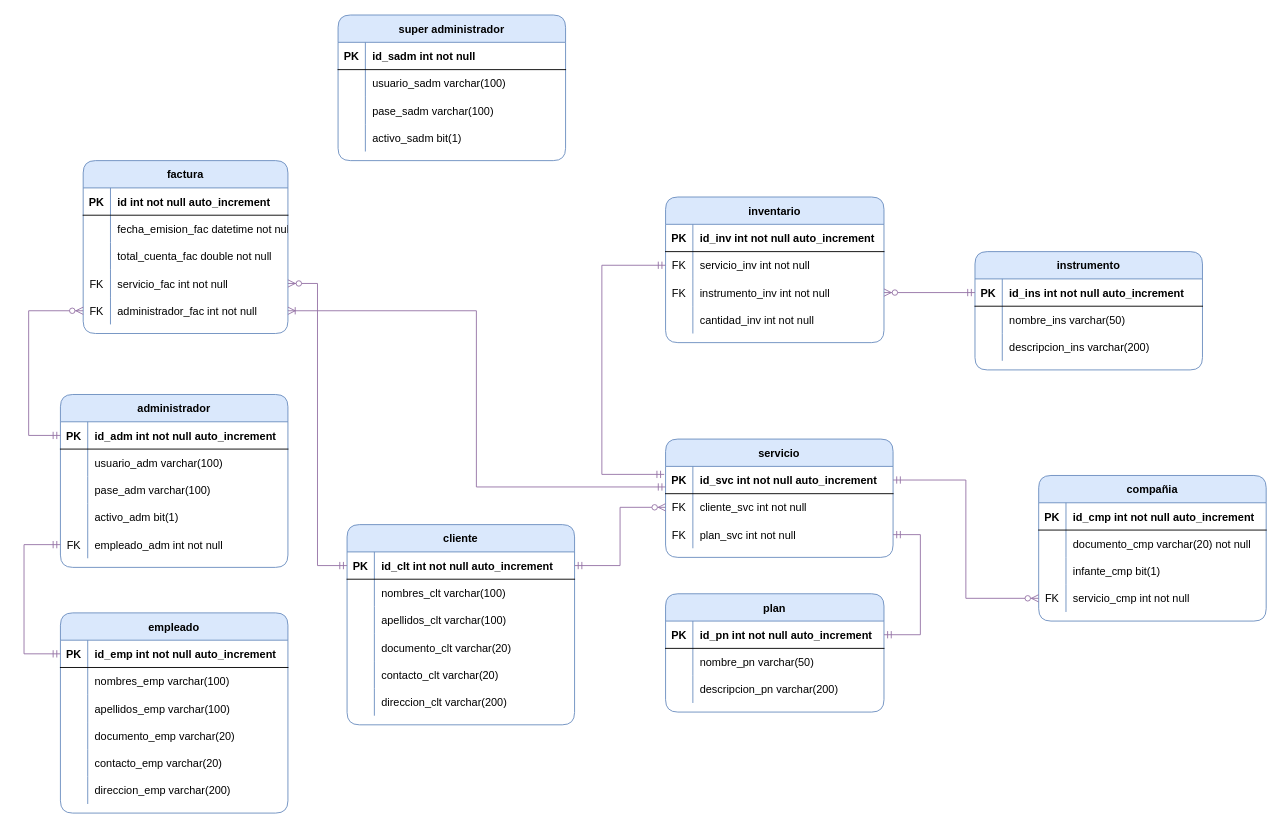
This is page "model_main" (1 of 2) of diagrams/database-model-diagram.drawio from wilfrad/App-Agencia_Tubing-, a draw.io file, before an edit. Source tidied: cells renumbered, new cells numbered last; positions are measured from the earlier drawing's top-left corner, leaving out a move shared by most shapes. Both pictures are drawn from the tidied source at 91%, with x=0, y=0 at pixel (24, 15).
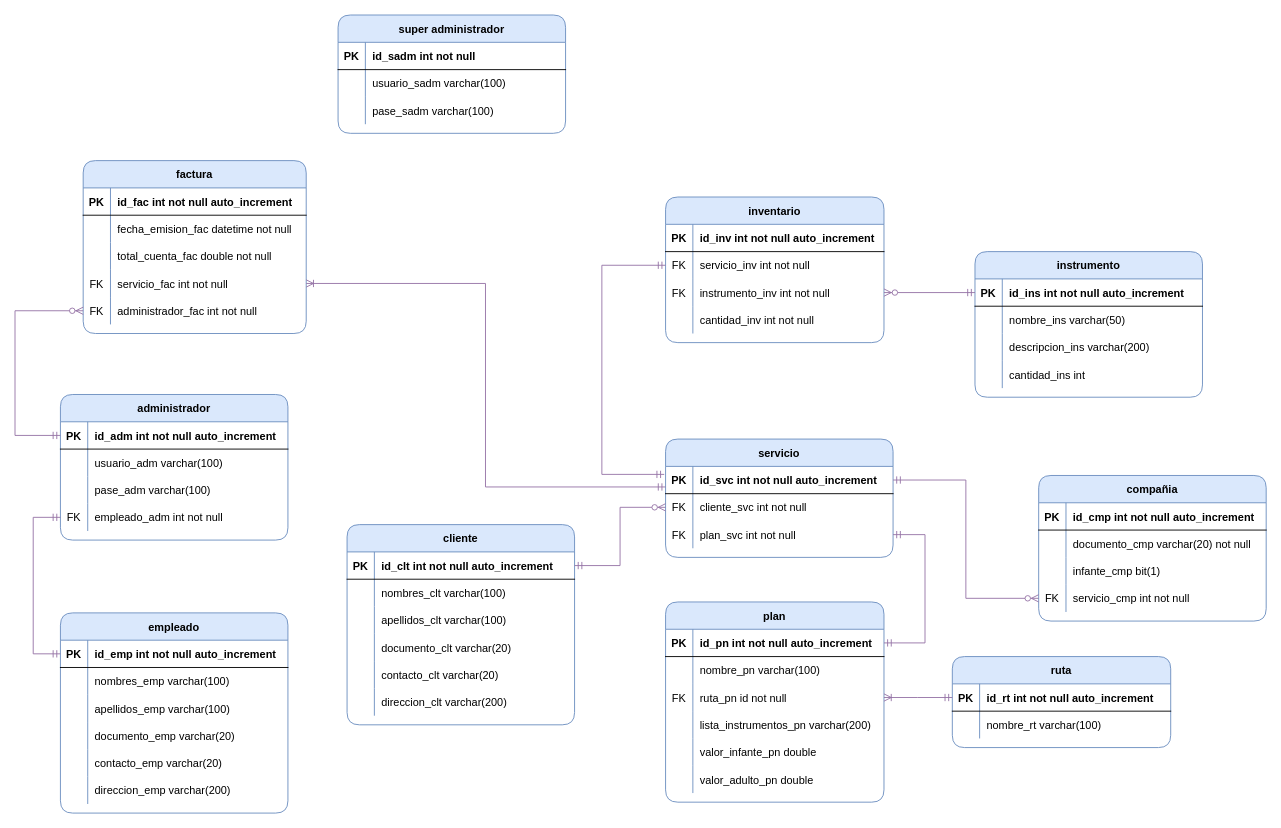
Above is the later version.

The change refers to these unchanged cells:
```xml
<mxCell id="3" style="shape=tableRow;horizontal=0;startSize=0;swimlaneHead=0;swimlaneBody=0;fillColor=none;points=[[0,0.5],[1,0.5]];portConstraint=eastwest;top=0;left=0;right=0;bottom=1;rounded=0;" parent="2" vertex="1">
  <mxGeometry y="30" width="250" height="30" as="geometry" />
</mxCell>
<mxCell id="22" style="shape=tableRow;horizontal=0;startSize=0;swimlaneHead=0;swimlaneBody=0;fillColor=none;points=[[0,0.5],[1,0.5]];portConstraint=eastwest;top=0;left=0;right=0;bottom=1;rounded=0;" parent="21" vertex="1">
  <mxGeometry y="30" width="250" height="30" as="geometry" />
</mxCell>
<mxCell id="41" style="shape=tableRow;horizontal=0;startSize=0;swimlaneHead=0;swimlaneBody=0;fillColor=none;points=[[0,0.5],[1,0.5]];portConstraint=eastwest;top=0;left=0;right=0;bottom=1;rounded=0;" parent="40" vertex="1">
  <mxGeometry y="30" width="250" height="30" as="geometry" />
</mxCell>
<mxCell id="58" style="shape=tableRow;horizontal=0;startSize=0;swimlaneHead=0;swimlaneBody=0;fillColor=none;points=[[0,0.5],[1,0.5]];portConstraint=eastwest;top=0;left=0;right=0;bottom=1;rounded=0;" parent="57" vertex="1">
  <mxGeometry y="30" width="250" height="30" as="geometry" />
</mxCell>
<mxCell id="64" style="shape=tableRow;horizontal=0;startSize=0;swimlaneHead=0;swimlaneBody=0;fillColor=none;points=[[0,0.5],[1,0.5]];portConstraint=eastwest;top=0;left=0;right=0;bottom=0;rounded=0;" parent="57" vertex="1">
  <mxGeometry y="90" width="250" height="30" as="geometry" />
</mxCell>
<mxCell id="69" style="shape=tableRow;horizontal=0;startSize=0;swimlaneHead=0;swimlaneBody=0;fillColor=none;points=[[0,0.5],[1,0.5]];portConstraint=eastwest;top=0;left=0;right=0;bottom=1;rounded=0;" parent="68" vertex="1">
  <mxGeometry y="30" width="240" height="30" as="geometry" />
</mxCell>
<mxCell id="72" style="shape=tableRow;horizontal=0;startSize=0;swimlaneHead=0;swimlaneBody=0;fillColor=none;top=0;left=0;right=0;bottom=0;rounded=0;" parent="68" vertex="1">
  <mxGeometry y="60" width="240" height="30" as="geometry" />
</mxCell>
```

What changed in the source:
```diff
@@
     <mxCell id="40" value="administrador" style="shape=table;startSize=30;childLayout=tableLayout;rowLines=0;fontStyle=1;align=center;rounded=1;fillColor=#dae8fc;strokeColor=#6c8ebf;" parent="1" vertex="1">
-      <mxGeometry x="39.9" y="417" width="250" height="190" as="geometry" />
+      <mxGeometry x="39.9" y="417" width="250" height="160" as="geometry" />
     </mxCell>
@@
-    <mxCell id="50" style="shape=tableRow;horizontal=0;startSize=0;swimlaneHead=0;swimlaneBody=0;fillColor=none;top=0;left=0;right=0;bottom=0;rounded=0;" parent="40" vertex="1">
-      <mxGeometry y="120" width="250" height="30" as="geometry" />
-    </mxCell>
-    <mxCell id="51" style="shape=partialRectangle;fillColor=none;top=0;left=0;bottom=0;right=0;overflow=hidden;rounded=0;" parent="50" vertex="1">
-      <mxGeometry width="30" height="30" as="geometry" />
-    </mxCell>
-    <mxCell id="52" value="activo_adm bit(1)" style="shape=partialRectangle;fillColor=none;top=0;left=0;bottom=0;right=0;align=left;spacingLeft=6;overflow=hidden;rounded=0;" parent="50" vertex="1">
-      <mxGeometry x="30" width="220" height="30" as="geometry" />
-    </mxCell>
     <mxCell id="53" style="shape=tableRow;horizontal=0;startSize=0;swimlaneHead=0;swimlaneBody=0;fillColor=none;points=[[0,0.5],[1,0.5]];portConstraint=eastwest;top=0;left=0;right=0;bottom=0;rounded=0;" parent="40" vertex="1">
-      <mxGeometry y="150" width="250" height="30" as="geometry" />
+      <mxGeometry y="120" width="250" height="30" as="geometry" />
     </mxCell>
@@
     <mxCell id="56" style="edgeStyle=orthogonalEdgeStyle;fontSize=12;html=1;endArrow=ERmandOne;startArrow=ERmandOne;rounded=0;entryX=0;entryY=0.5;entryDx=0;entryDy=0;exitX=0;exitY=0.5;exitDx=0;exitDy=0;fillColor=#e1d5e7;strokeColor=#9673a6;" parent="1" edge="1" source="22" target="53">
       <mxGeometry relative="1" as="geometry">
         <Array as="points">
-          <mxPoint x="-0.1" y="702" />
-          <mxPoint x="-0.1" y="582" />
+          <mxPoint x="10" y="702" />
+          <mxPoint x="10" y="552" />
         </Array>
       </mxGeometry>
     </mxCell>
@@
     <mxCell id="68" value="plan" style="shape=table;startSize=30;childLayout=tableLayout;rowLines=0;fontStyle=1;align=center;rounded=1;fillColor=#dae8fc;strokeColor=#6c8ebf;" parent="1" vertex="1">
-      <mxGeometry x="704.9" y="636" width="240" height="130" as="geometry" />
+      <mxGeometry x="704.9" y="645" width="240" height="220" as="geometry" />
     </mxCell>
@@
-    <mxCell id="74" value="nombre_pn varchar(50)" style="shape=partialRectangle;fillColor=none;top=0;left=0;bottom=0;right=0;align=left;spacingLeft=6;overflow=hidden;rounded=0;" parent="72" vertex="1">
+    <mxCell id="74" value="nombre_pn varchar(100)" style="shape=partialRectangle;fillColor=none;top=0;left=0;bottom=0;right=0;align=left;spacingLeft=6;overflow=hidden;rounded=0;" parent="72" vertex="1">
       <mxGeometry x="30" width="210" height="30" as="geometry" />
     </mxCell>
+    <mxCell id="150" style="shape=tableRow;horizontal=0;startSize=0;swimlaneHead=0;swimlaneBody=0;fillColor=none;points=[[0,0.5],[1,0.5]];portConstraint=eastwest;top=0;left=0;right=0;bottom=0;rounded=0;" parent="68" vertex="1">
+      <mxGeometry y="90" width="240" height="30" as="geometry" />
+    </mxCell>
+    <mxCell id="151" value="FK" style="shape=partialRectangle;fillColor=none;top=0;left=0;bottom=0;right=0;overflow=hidden;rounded=0;" parent="150" vertex="1">
+      <mxGeometry width="30" height="30" as="geometry" />
+    </mxCell>
+    <mxCell id="152" value="ruta_pn id not null" style="shape=partialRectangle;fillColor=none;top=0;left=0;bottom=0;right=0;align=left;spacingLeft=6;overflow=hidden;rounded=0;" parent="150" vertex="1">
+      <mxGeometry x="30" width="210" height="30" as="geometry" />
+    </mxCell>
     <mxCell id="75" style="shape=tableRow;horizontal=0;startSize=0;swimlaneHead=0;swimlaneBody=0;fillColor=none;top=0;left=0;right=0;bottom=0;rounded=0;" parent="68" vertex="1">
-      <mxGeometry y="90" width="240" height="30" as="geometry" />
+      <mxGeometry y="120" width="240" height="30" as="geometry" />
     </mxCell>
@@
-    <mxCell id="77" value="descripcion_pn varchar(200)" style="shape=partialRectangle;fillColor=none;top=0;left=0;bottom=0;right=0;align=left;spacingLeft=6;overflow=hidden;rounded=0;" parent="75" vertex="1">
+    <mxCell id="77" value="lista_instrumentos_pn varchar(200)" style="shape=partialRectangle;fillColor=none;top=0;left=0;bottom=0;right=0;align=left;spacingLeft=6;overflow=hidden;rounded=0;" parent="75" vertex="1">
       <mxGeometry x="30" width="210" height="30" as="geometry" />
     </mxCell>
+    <mxCell id="153" style="shape=tableRow;horizontal=0;startSize=0;swimlaneHead=0;swimlaneBody=0;fillColor=none;top=0;left=0;right=0;bottom=0;rounded=0;" parent="68" vertex="1">
+      <mxGeometry y="150" width="240" height="30" as="geometry" />
+    </mxCell>
+    <mxCell id="154" style="shape=partialRectangle;fillColor=none;top=0;left=0;bottom=0;right=0;overflow=hidden;rounded=0;" parent="153" vertex="1">
+      <mxGeometry width="30" height="30" as="geometry" />
+    </mxCell>
+    <mxCell id="155" value="valor_infante_pn double" style="shape=partialRectangle;fillColor=none;top=0;left=0;bottom=0;right=0;align=left;spacingLeft=6;overflow=hidden;rounded=0;" parent="153" vertex="1">
+      <mxGeometry x="30" width="210" height="30" as="geometry" />
+    </mxCell>
+    <mxCell id="156" style="shape=tableRow;horizontal=0;startSize=0;swimlaneHead=0;swimlaneBody=0;fillColor=none;top=0;left=0;right=0;bottom=0;rounded=0;" parent="68" vertex="1">
+      <mxGeometry y="180" width="240" height="30" as="geometry" />
+    </mxCell>
+    <mxCell id="157" style="shape=partialRectangle;fillColor=none;top=0;left=0;bottom=0;right=0;overflow=hidden;rounded=0;" parent="156" vertex="1">
+      <mxGeometry width="30" height="30" as="geometry" />
+    </mxCell>
+    <mxCell id="158" value="valor_adulto_pn double" style="shape=partialRectangle;fillColor=none;top=0;left=0;bottom=0;right=0;align=left;spacingLeft=6;overflow=hidden;rounded=0;" parent="156" vertex="1">
+      <mxGeometry x="30" width="210" height="30" as="geometry" />
+    </mxCell>
     <mxCell id="78" style="fontSize=12;html=1;endArrow=ERmandOne;startArrow=ERmandOne;entryX=1;entryY=0.5;entryDx=0;entryDy=0;exitX=1;exitY=0.5;exitDx=0;exitDy=0;edgeStyle=orthogonalEdgeStyle;rounded=0;fillColor=#e1d5e7;strokeColor=#9673a6;" parent="1" edge="1" source="69" target="64">
       <mxGeometry relative="1" as="geometry">
         <Array as="points">
-          <mxPoint x="984.9" y="681" />
-          <mxPoint x="984.9" y="571" />
+          <mxPoint x="990" y="690" />
+          <mxPoint x="990" y="571" />
         </Array>
       </mxGeometry>
     </mxCell>
@@
     <mxCell id="106" value="instrumento" style="shape=table;startSize=30;childLayout=tableLayout;rowLines=0;fontStyle=1;align=center;rounded=1;fillColor=#dae8fc;strokeColor=#6c8ebf;" parent="1" vertex="1">
-      <mxGeometry x="1044.9" y="260" width="250" height="130" as="geometry" />
+      <mxGeometry x="1044.9" y="260" width="250" height="160" as="geometry" />
     </mxCell>
@@
+    <mxCell id="159" style="shape=tableRow;horizontal=0;startSize=0;swimlaneHead=0;swimlaneBody=0;fillColor=none;top=0;left=0;right=0;bottom=0;rounded=0;" parent="106" vertex="1">
+      <mxGeometry y="120" width="250" height="30" as="geometry" />
+    </mxCell>
+    <mxCell id="160" style="shape=partialRectangle;fillColor=none;top=0;left=0;bottom=0;right=0;overflow=hidden;rounded=0;" parent="159" vertex="1">
+      <mxGeometry width="30" height="30" as="geometry" />
+    </mxCell>
+    <mxCell id="161" value="cantidad_ins int" style="shape=partialRectangle;fillColor=none;top=0;left=0;bottom=0;right=0;align=left;spacingLeft=6;overflow=hidden;rounded=0;" parent="159" vertex="1">
+      <mxGeometry x="30" width="220" height="30" as="geometry" />
+    </mxCell>
@@
     <mxCell id="118" value="factura" style="shape=table;startSize=30;childLayout=tableLayout;rowLines=0;fontStyle=1;align=center;rounded=1;fillColor=#dae8fc;strokeColor=#6c8ebf;" parent="1" vertex="1">
-      <mxGeometry x="64.9" y="160" width="225" height="190" as="geometry" />
+      <mxGeometry x="64.9" y="160" width="245.1" height="190" as="geometry" />
     </mxCell>
     <mxCell id="119" style="shape=tableRow;horizontal=0;startSize=0;swimlaneHead=0;swimlaneBody=0;fillColor=none;top=0;left=0;right=0;bottom=1;rounded=0;" parent="118" vertex="1">
-      <mxGeometry y="30" width="225" height="30" as="geometry" />
+      <mxGeometry y="30" width="245.1" height="30" as="geometry" />
     </mxCell>
@@
-    <mxCell id="121" value="id int not null auto_increment" style="shape=partialRectangle;fillColor=none;top=0;left=0;bottom=0;right=0;align=left;spacingLeft=6;fontStyle=1;overflow=hidden;rounded=0;" parent="119" vertex="1">
-      <mxGeometry x="30" width="195" height="30" as="geometry" />
+    <mxCell id="121" value="id_fac int not null auto_increment" style="shape=partialRectangle;fillColor=none;top=0;left=0;bottom=0;right=0;align=left;spacingLeft=6;fontStyle=1;overflow=hidden;rounded=0;" parent="119" vertex="1">
+      <mxGeometry x="30" width="215.1" height="30" as="geometry" />
     </mxCell>
     <mxCell id="122" style="shape=tableRow;horizontal=0;startSize=0;swimlaneHead=0;swimlaneBody=0;fillColor=none;top=0;left=0;right=0;bottom=0;rounded=0;" parent="118" vertex="1">
-      <mxGeometry y="60" width="225" height="30" as="geometry" />
+      <mxGeometry y="60" width="245.1" height="30" as="geometry" />
     </mxCell>
@@
     <mxCell id="124" value="fecha_emision_fac datetime not null" style="shape=partialRectangle;fillColor=none;top=0;left=0;bottom=0;right=0;align=left;spacingLeft=6;overflow=hidden;rounded=0;" parent="122" vertex="1">
-      <mxGeometry x="30" width="195" height="30" as="geometry" />
+      <mxGeometry x="30" width="215.1" height="30" as="geometry" />
     </mxCell>
     <mxCell id="125" style="shape=tableRow;horizontal=0;startSize=0;swimlaneHead=0;swimlaneBody=0;fillColor=none;top=0;left=0;right=0;bottom=0;rounded=0;" parent="118" vertex="1">
-      <mxGeometry y="90" width="225" height="30" as="geometry" />
+      <mxGeometry y="90" width="245.1" height="30" as="geometry" />
     </mxCell>
@@
     <mxCell id="127" value="total_cuenta_fac double not null" style="shape=partialRectangle;fillColor=none;top=0;left=0;bottom=0;right=0;align=left;spacingLeft=6;overflow=hidden;rounded=0;" parent="125" vertex="1">
-      <mxGeometry x="30" width="195" height="30" as="geometry" />
+      <mxGeometry x="30" width="215.1" height="30" as="geometry" />
     </mxCell>
     <mxCell id="128" style="shape=tableRow;horizontal=0;startSize=0;swimlaneHead=0;swimlaneBody=0;fillColor=none;points=[[0,0.5],[1,0.5]];portConstraint=eastwest;top=0;left=0;right=0;bottom=0;rounded=0;" parent="118" vertex="1">
-      <mxGeometry y="120" width="225" height="30" as="geometry" />
+      <mxGeometry y="120" width="245.1" height="30" as="geometry" />
     </mxCell>
@@
     <mxCell id="130" value="servicio_fac int not null" style="shape=partialRectangle;fillColor=none;top=0;left=0;bottom=0;right=0;align=left;spacingLeft=6;overflow=hidden;rounded=0;" parent="128" vertex="1">
-      <mxGeometry x="30" width="195" height="30" as="geometry" />
+      <mxGeometry x="30" width="215.1" height="30" as="geometry" />
     </mxCell>
     <mxCell id="131" style="shape=tableRow;horizontal=0;startSize=0;swimlaneHead=0;swimlaneBody=0;fillColor=none;points=[[0,0.5],[1,0.5]];portConstraint=eastwest;top=0;left=0;right=0;bottom=0;rounded=0;" parent="118" vertex="1">
-      <mxGeometry y="150" width="225" height="30" as="geometry" />
+      <mxGeometry y="150" width="245.1" height="30" as="geometry" />
     </mxCell>
@@
     <mxCell id="133" value="administrador_fac int not null" style="shape=partialRectangle;fillColor=none;top=0;left=0;bottom=0;right=0;align=left;spacingLeft=6;overflow=hidden;rounded=0;" parent="131" vertex="1">
-      <mxGeometry x="30" width="195" height="30" as="geometry" />
+      <mxGeometry x="30" width="215.1" height="30" as="geometry" />
     </mxCell>
-    <mxCell id="134" style="edgeStyle=elbowEdgeStyle;fontSize=12;html=1;endArrow=ERoneToMany;startArrow=ERmandOne;rounded=0;exitX=0;exitY=0.754;exitDx=0;exitDy=0;entryX=1;entryY=0.5;entryDx=0;entryDy=0;exitPerimeter=0;fillColor=#e1d5e7;strokeColor=#9673a6;" parent="1" edge="1" source="58" target="131">
+    <mxCell id="134" style="edgeStyle=elbowEdgeStyle;fontSize=12;html=1;endArrow=ERoneToMany;startArrow=ERmandOne;rounded=0;exitX=0;exitY=0.754;exitDx=0;exitDy=0;entryX=1;entryY=0.5;entryDx=0;entryDy=0;exitPerimeter=0;fillColor=#e1d5e7;strokeColor=#9673a6;" parent="1" edge="1" source="58" target="128">
       <mxGeometry relative="1" as="geometry" />
     </mxCell>
-    <mxCell id="135" style="edgeStyle=orthogonalEdgeStyle;fontSize=12;html=1;endArrow=ERzeroToMany;startArrow=ERmandOne;rounded=0;entryX=1;entryY=0.5;entryDx=0;entryDy=0;exitX=0;exitY=0.5;exitDx=0;exitDy=0;fillColor=#e1d5e7;strokeColor=#9673a6;" parent="1" edge="1" source="3" target="128">
-      <mxGeometry relative="1" as="geometry" />
-    </mxCell>
     <mxCell id="136" style="edgeStyle=orthogonalEdgeStyle;fontSize=12;html=1;endArrow=ERzeroToMany;startArrow=ERmandOne;rounded=0;entryX=0;entryY=0.5;entryDx=0;entryDy=0;exitX=0;exitY=0.5;exitDx=0;exitDy=0;fillColor=#e1d5e7;strokeColor=#9673a6;" parent="1" edge="1" source="41" target="131">
       <mxGeometry relative="1" as="geometry">
         <Array as="points">
-          <mxPoint x="5" y="462" />
-          <mxPoint x="5" y="325" />
+          <mxPoint x="-10" y="462" />
+          <mxPoint x="-10" y="325" />
         </Array>
       </mxGeometry>
     </mxCell>
     <mxCell id="137" value="super administrador" style="shape=table;startSize=30;childLayout=tableLayout;rowLines=0;fontStyle=1;align=center;rounded=1;fillColor=#dae8fc;strokeColor=#6c8ebf;" parent="1" vertex="1">
-      <mxGeometry x="345" width="250" height="160" as="geometry" />
+      <mxGeometry x="345" width="250" height="130" as="geometry" />
     </mxCell>
@@
-    <mxCell id="147" style="shape=tableRow;horizontal=0;startSize=0;swimlaneHead=0;swimlaneBody=0;fillColor=none;top=0;left=0;right=0;bottom=0;rounded=0;" parent="137" vertex="1">
-      <mxGeometry y="120" width="250" height="30" as="geometry" />
-    </mxCell>
-    <mxCell id="148" style="shape=partialRectangle;fillColor=none;top=0;left=0;bottom=0;right=0;overflow=hidden;rounded=0;" parent="147" vertex="1">
-      <mxGeometry width="30" height="30" as="geometry" />
-    </mxCell>
-    <mxCell id="149" value="activo_sadm bit(1)" style="shape=partialRectangle;fillColor=none;top=0;left=0;bottom=0;right=0;align=left;spacingLeft=6;overflow=hidden;rounded=0;" parent="147" vertex="1">
-      <mxGeometry x="30" width="220" height="30" as="geometry" />
-    </mxCell>
+    <mxCell id="162" value="ruta" style="shape=table;startSize=30;childLayout=tableLayout;rowLines=0;fontStyle=1;align=center;rounded=1;fillColor=#dae8fc;strokeColor=#6c8ebf;" parent="1" vertex="1">
+      <mxGeometry x="1020" y="705" width="240" height="100" as="geometry" />
+    </mxCell>
+    <mxCell id="163" style="shape=tableRow;horizontal=0;startSize=0;swimlaneHead=0;swimlaneBody=0;fillColor=none;points=[[0,0.5],[1,0.5]];portConstraint=eastwest;top=0;left=0;right=0;bottom=1;rounded=0;" parent="162" vertex="1">
+      <mxGeometry y="30" width="240" height="30" as="geometry" />
+    </mxCell>
+    <mxCell id="164" value="PK" style="shape=partialRectangle;fillColor=none;top=0;left=0;bottom=0;right=0;fontStyle=1;overflow=hidden;rounded=0;" parent="163" vertex="1">
+      <mxGeometry width="30" height="30" as="geometry" />
+    </mxCell>
+    <mxCell id="165" value="id_rt int not null auto_increment" style="shape=partialRectangle;fillColor=none;top=0;left=0;bottom=0;right=0;align=left;spacingLeft=6;fontStyle=1;overflow=hidden;rounded=0;" parent="163" vertex="1">
+      <mxGeometry x="30" width="210" height="30" as="geometry" />
+    </mxCell>
+    <mxCell id="166" style="shape=tableRow;horizontal=0;startSize=0;swimlaneHead=0;swimlaneBody=0;fillColor=none;top=0;left=0;right=0;bottom=0;rounded=0;" parent="162" vertex="1">
+      <mxGeometry y="60" width="240" height="30" as="geometry" />
+    </mxCell>
+    <mxCell id="167" style="shape=partialRectangle;fillColor=none;top=0;left=0;bottom=0;right=0;overflow=hidden;rounded=0;" parent="166" vertex="1">
+      <mxGeometry width="30" height="30" as="geometry" />
+    </mxCell>
+    <mxCell id="168" value="nombre_rt varchar(100)" style="shape=partialRectangle;fillColor=none;top=0;left=0;bottom=0;right=0;align=left;spacingLeft=6;overflow=hidden;rounded=0;" parent="166" vertex="1">
+      <mxGeometry x="30" width="210" height="30" as="geometry" />
+    </mxCell>
+    <mxCell id="169" style="edgeStyle=elbowEdgeStyle;fontSize=12;html=1;endArrow=ERoneToMany;startArrow=ERmandOne;rounded=0;entryX=1;entryY=0.5;entryDx=0;entryDy=0;fillColor=#e1d5e7;strokeColor=#9673a6;exitX=0;exitY=0.5;exitDx=0;exitDy=0;" parent="1" edge="1" source="163" target="150">
+      <mxGeometry relative="1" as="geometry" />
+    </mxCell>
```
